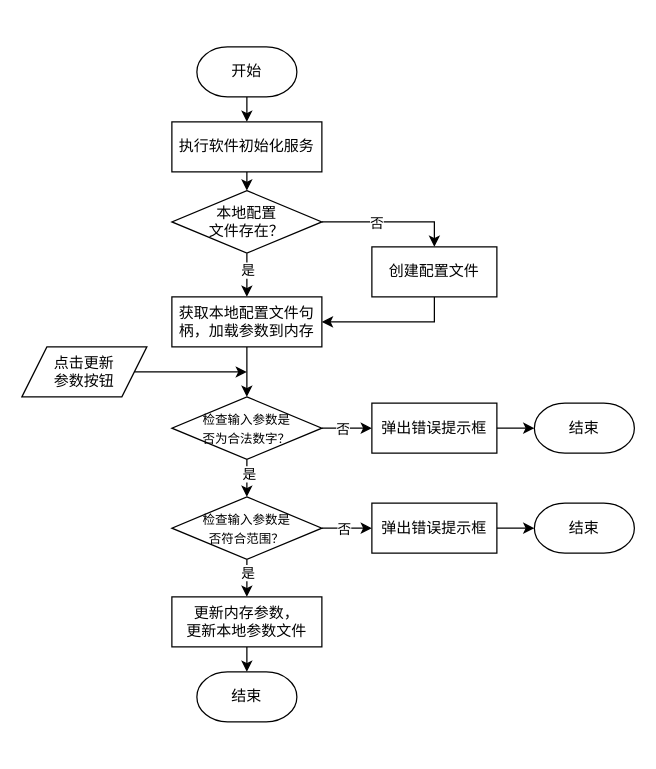
Above: figures/2/2_成像参数设置模块业务流程.drawio in wizrandolph/mythesis (draw.io), before the change. Source tidied: cells renumbered, new cells numbered last; positions are measured from the earlier drawing's top-left corner, leaving out a move shared by most shapes. Both pictures are drawn from the tidied source at 125%, with x=0, y=0 at pixel (21, 46).
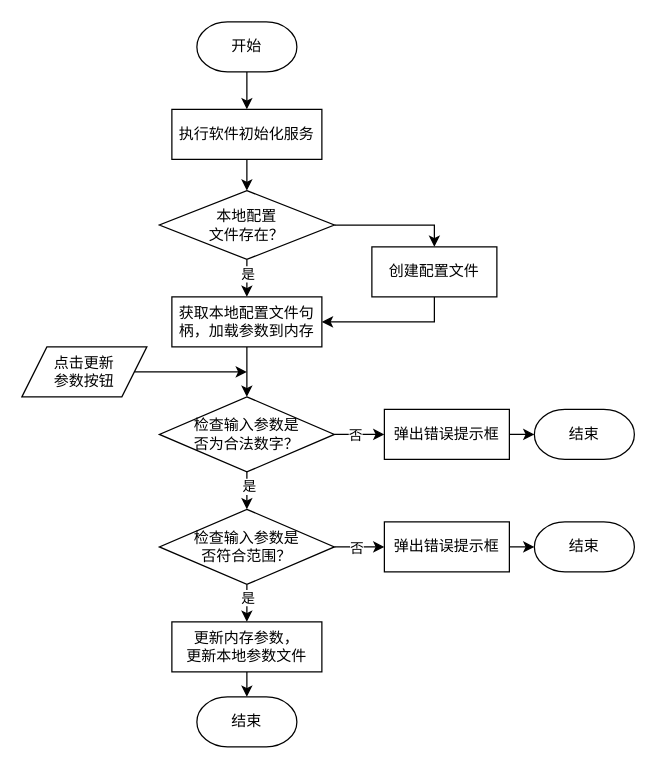
The same diagram, later.

The change refers to these unchanged cells:
```xml
<mxCell id="10" value="创建配置文件" style="rounded=0;whiteSpace=wrap;html=1;" parent="1" vertex="1">
  <mxGeometry x="280" y="160" width="100" height="40" as="geometry" />
</mxCell>
<mxCell id="13" value="点击更新&lt;div&gt;参数按钮&lt;/div&gt;" style="shape=parallelogram;perimeter=parallelogramPerimeter;whiteSpace=wrap;html=1;fixedSize=1;" parent="1" vertex="1">
  <mxGeometry y="240" width="100" height="40" as="geometry" />
</mxCell>
```

What changed in the source:
```diff
@@
     <mxCell id="3" value="开始" style="strokeWidth=1;html=1;shape=mxgraph.flowchart.terminator;whiteSpace=wrap;" parent="1" vertex="1">
-      <mxGeometry x="140" width="80" height="40" as="geometry" />
+      <mxGeometry x="140" y="-20" width="80" height="40" as="geometry" />
     </mxCell>
@@
-    <mxCell id="6" style="edgeStyle=orthogonalEdgeStyle;rounded=0;jettySize=auto;html=1;exitX=1;exitY=0.5;exitDx=0;exitDy=0;exitPerimeter=0;entryX=0.5;entryY=0;entryDx=0;entryDy=0;" parent="1" edge="1" source="8" target="10">
+    <mxCell id="6" style="html=1;exitX=1;exitY=0.5;exitDx=0;exitDy=0;exitPerimeter=0;entryX=0.5;entryY=0;entryDx=0;entryDy=0;elbow=vertical;edgeStyle=orthogonalEdgeStyle;rounded=0;curved=0;" parent="1" edge="1" source="8" target="10">
       <mxGeometry relative="1" as="geometry" />
     </mxCell>
-    <mxCell id="7" value="否" style="edgeLabel;html=1;align=center;verticalAlign=middle;" parent="6" vertex="1">
-      <mxGeometry x="-0.22" relative="1" as="geometry" />
-    </mxCell>
     <mxCell id="8" value="本地配置&lt;div&gt;文件存在？&lt;/div&gt;" style="strokeWidth=1;html=1;shape=mxgraph.flowchart.decision;whiteSpace=wrap;" parent="1" vertex="1">
-      <mxGeometry x="120" y="115" width="120" height="50" as="geometry" />
+      <mxGeometry x="110" y="115" width="140" height="55" as="geometry" />
     </mxCell>
@@
     <mxCell id="12" style="edgeStyle=orthogonalEdgeStyle;rounded=0;jettySize=auto;html=1;exitX=1;exitY=0.5;exitDx=0;exitDy=0;" parent="1" edge="1" source="13">
       <mxGeometry relative="1" as="geometry">
-        <mxPoint x="180" y="260.1" as="targetPoint" />
+        <mxPoint x="180" y="260" as="targetPoint" />
       </mxGeometry>
     </mxCell>
@@
-    <mxCell id="14" value="&lt;font style=&quot;font-size: 10px;&quot;&gt;检查输入参数&lt;/font&gt;&lt;span style=&quot;font-size: 10px; background-color: transparent; color: light-dark(rgb(0, 0, 0), rgb(255, 255, 255));&quot;&gt;是&lt;/span&gt;&lt;div&gt;&lt;span style=&quot;font-size: 10px; background-color: transparent; color: light-dark(rgb(0, 0, 0), rgb(255, 255, 255));&quot;&gt;否为合法数字？&lt;/span&gt;&lt;/div&gt;" style="strokeWidth=1;html=1;shape=mxgraph.flowchart.decision;whiteSpace=wrap;" parent="1" vertex="1">
-      <mxGeometry x="120" y="280" width="120" height="50" as="geometry" />
+    <mxCell id="14" value="&lt;font&gt;检查输入参数&lt;/font&gt;&lt;span style=&quot;background-color: transparent; color: light-dark(rgb(0, 0, 0), rgb(255, 255, 255));&quot;&gt;是&lt;/span&gt;&lt;div&gt;&lt;span style=&quot;background-color: transparent; color: light-dark(rgb(0, 0, 0), rgb(255, 255, 255));&quot;&gt;否为合法数字？&lt;/span&gt;&lt;/div&gt;" style="strokeWidth=1;html=1;shape=mxgraph.flowchart.decision;whiteSpace=wrap;fontSize=12;" parent="1" vertex="1">
+      <mxGeometry x="110" y="280" width="140" height="60" as="geometry" />
     </mxCell>
@@
     <mxCell id="16" value="结束" style="strokeWidth=1;html=1;shape=mxgraph.flowchart.terminator;whiteSpace=wrap;" parent="1" vertex="1">
-      <mxGeometry x="410" y="285" width="80" height="40" as="geometry" />
+      <mxGeometry x="410" y="290" width="80" height="40" as="geometry" />
     </mxCell>
     <mxCell id="17" value="执行软件初始化服务" style="rounded=0;whiteSpace=wrap;html=1;" parent="1" vertex="1">
-      <mxGeometry x="120" y="60" width="120" height="40" as="geometry" />
+      <mxGeometry x="120" y="50" width="120" height="40" as="geometry" />
     </mxCell>
@@
-    <mxCell id="23" value="&lt;font style=&quot;font-size: 10px;&quot;&gt;检查输入参数&lt;/font&gt;&lt;span style=&quot;font-size: 10px; background-color: transparent; color: light-dark(rgb(0, 0, 0), rgb(255, 255, 255));&quot;&gt;是&lt;/span&gt;&lt;div&gt;&lt;span style=&quot;font-size: 10px; background-color: transparent; color: light-dark(rgb(0, 0, 0), rgb(255, 255, 255));&quot;&gt;否符合范围？&lt;/span&gt;&lt;/div&gt;" style="strokeWidth=1;html=1;shape=mxgraph.flowchart.decision;whiteSpace=wrap;" parent="1" vertex="1">
-      <mxGeometry x="120" y="360" width="120" height="50" as="geometry" />
+    <mxCell id="23" value="&lt;font&gt;检查输入参数&lt;/font&gt;&lt;span style=&quot;background-color: transparent; color: light-dark(rgb(0, 0, 0), rgb(255, 255, 255));&quot;&gt;是&lt;/span&gt;&lt;div&gt;&lt;span style=&quot;background-color: transparent; color: light-dark(rgb(0, 0, 0), rgb(255, 255, 255));&quot;&gt;否符合范围？&lt;/span&gt;&lt;/div&gt;" style="strokeWidth=1;html=1;shape=mxgraph.flowchart.decision;whiteSpace=wrap;fontSize=12;" parent="1" vertex="1">
+      <mxGeometry x="110" y="370" width="140" height="60" as="geometry" />
     </mxCell>
@@
     <mxCell id="26" value="更新内存参数，&lt;div&gt;更新本地参数文件&lt;/div&gt;" style="rounded=0;whiteSpace=wrap;html=1;" parent="1" vertex="1">
-      <mxGeometry x="120" y="440" width="120" height="40" as="geometry" />
+      <mxGeometry x="120" y="460" width="120" height="40" as="geometry" />
     </mxCell>
     <mxCell id="27" value="结束" style="strokeWidth=1;html=1;shape=mxgraph.flowchart.terminator;whiteSpace=wrap;" parent="1" vertex="1">
-      <mxGeometry x="410" y="365" width="80" height="40" as="geometry" />
+      <mxGeometry x="410" y="380" width="80" height="40" as="geometry" />
     </mxCell>
@@
     <mxCell id="30" value="结束" style="strokeWidth=1;html=1;shape=mxgraph.flowchart.terminator;whiteSpace=wrap;" parent="1" vertex="1">
-      <mxGeometry x="140" y="500" width="80" height="40" as="geometry" />
+      <mxGeometry x="140" y="520" width="80" height="40" as="geometry" />
     </mxCell>
@@
     <mxCell id="32" value="弹出错误提示框" style="rounded=0;whiteSpace=wrap;html=1;" parent="1" vertex="1">
-      <mxGeometry x="280" y="285" width="100" height="40" as="geometry" />
+      <mxGeometry x="290" y="290" width="100" height="40" as="geometry" />
     </mxCell>
@@
     <mxCell id="34" value="弹出错误提示框" style="rounded=0;whiteSpace=wrap;html=1;" parent="1" vertex="1">
-      <mxGeometry x="280" y="365" width="100" height="40" as="geometry" />
+      <mxGeometry x="290" y="380" width="100" height="40" as="geometry" />
     </mxCell>
```
